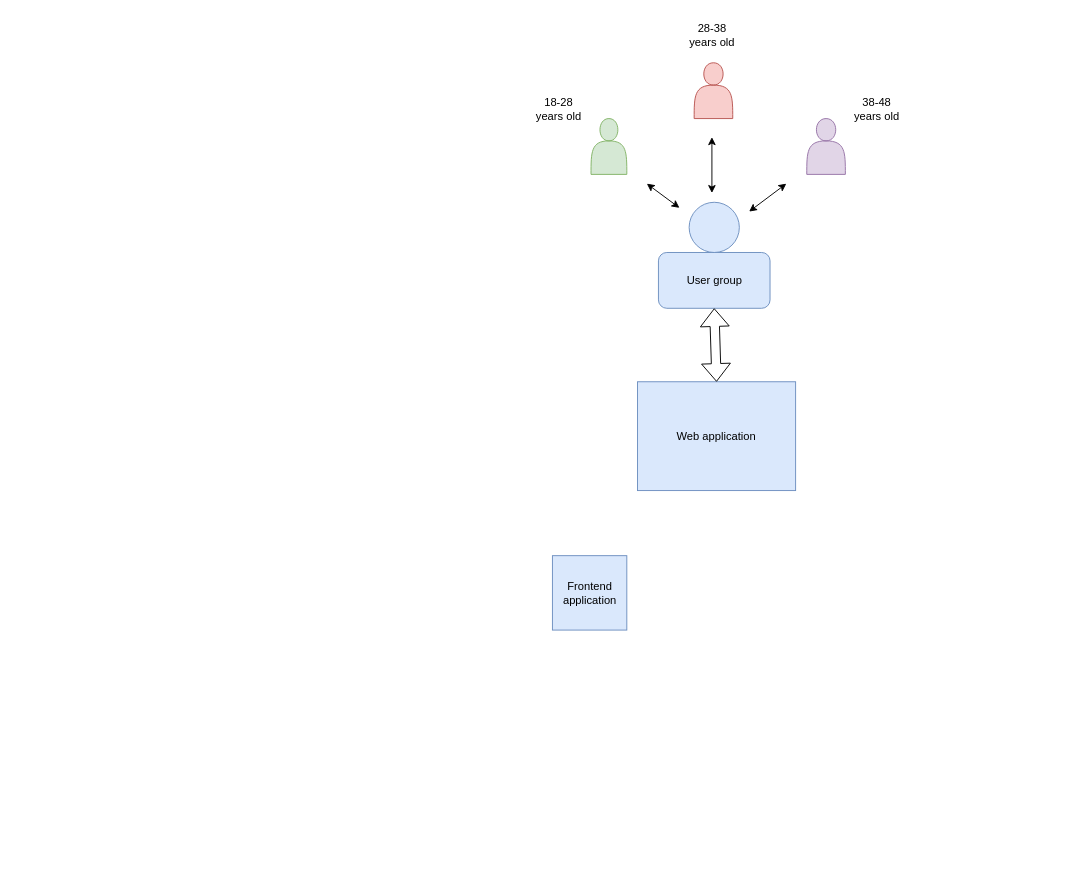
This is Workoutgenerator.drawio from Ersdalpy/Project---Web-app, a draw.io file, before an edit. Source tidied: cells renumbered, new cells numbered last; positions are measured from the earlier drawing's top-left corner, leaving out a move shared by most shapes. Both pictures are drawn from the tidied source at 93%, with x=0, y=0 at pixel (525, 16).
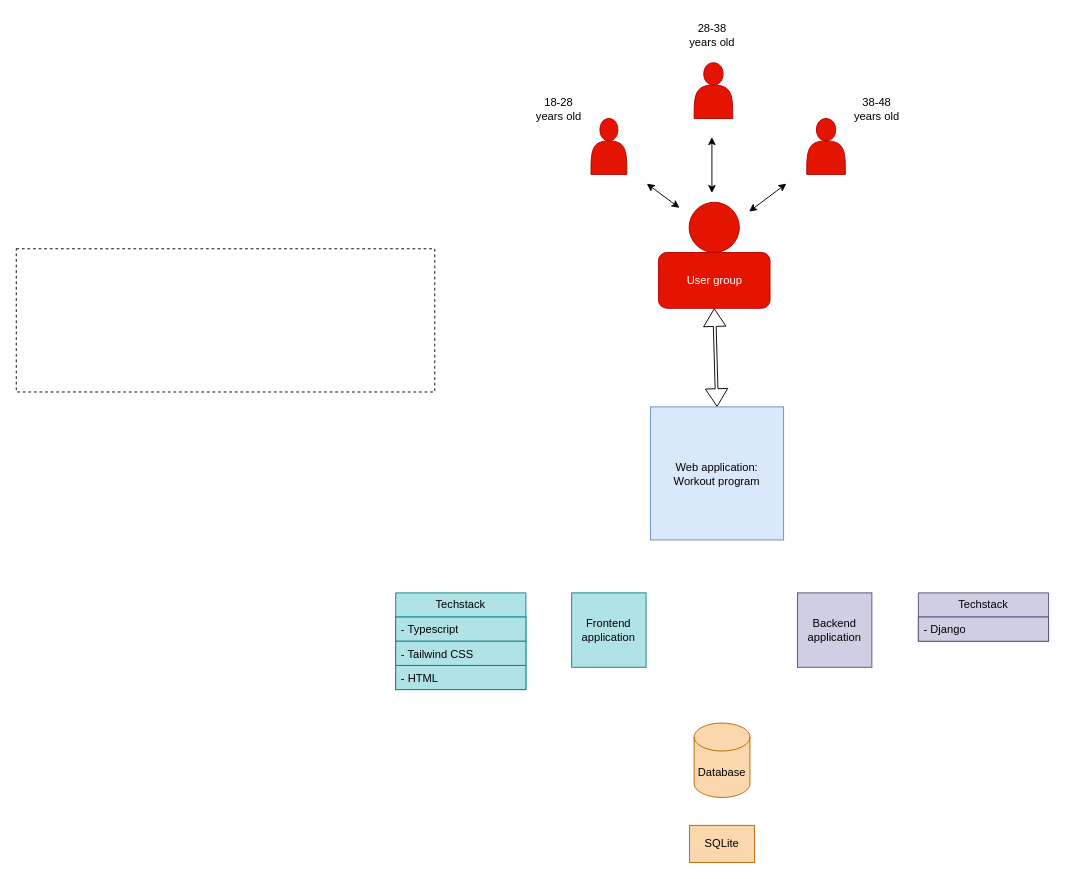
The same diagram, later.

What changed in the source:
```diff
@@
+    <mxCell id="16" style="verticalLabelPosition=bottom;verticalAlign=top;html=1;shape=mxgraph.basic.rect;fillColor2=none;strokeWidth=1;size=20;indent=5;dashed=1;fillColor=none;" parent="1" vertex="1">
+      <mxGeometry x="-548" y="250" width="450" height="154" as="geometry" />
+    </mxCell>
-    <mxCell id="2" value="User group" style="rounded=1;whiteSpace=wrap;html=1;fillColor=#dae8fc;strokeColor=#6c8ebf;" parent="1" vertex="1">
+    <mxCell id="2" value="User group" style="rounded=1;whiteSpace=wrap;html=1;fillColor=#e51400;strokeColor=#B20000;fontColor=#ffffff;" parent="1" vertex="1">
       <mxGeometry x="142.5" y="254" width="120" height="60" as="geometry" />
     </mxCell>
-    <mxCell id="3" style="ellipse;whiteSpace=wrap;html=1;fillColor=#dae8fc;strokeColor=#6c8ebf;" parent="1" vertex="1">
+    <mxCell id="3" style="ellipse;whiteSpace=wrap;html=1;fillColor=#e51400;strokeColor=#B20000;fontColor=#ffffff;" parent="1" vertex="1">
       <mxGeometry x="175.5" y="200" width="54" height="54" as="geometry" />
     </mxCell>
-    <mxCell id="4" value="Web application" style="rounded=0;whiteSpace=wrap;html=1;labelBackgroundColor=none;fillColor=#dae8fc;strokeColor=#6c8ebf;" parent="1" vertex="1">
-      <mxGeometry x="120" y="393" width="170" height="117" as="geometry" />
-    </mxCell>
-    <mxCell id="5" style="shape=actor;whiteSpace=wrap;html=1;fillColor=#d5e8d4;strokeColor=#82b366;" parent="1" vertex="1">
+    <mxCell id="5" style="shape=actor;whiteSpace=wrap;html=1;fillColor=#e51400;strokeColor=#B20000;fontColor=#ffffff;" parent="1" vertex="1">
       <mxGeometry x="70" y="110" width="38.5" height="60" as="geometry" />
     </mxCell>
-    <mxCell id="6" style="shape=actor;whiteSpace=wrap;html=1;fillColor=#f8cecc;strokeColor=#b85450;" parent="1" vertex="1">
+    <mxCell id="6" style="shape=actor;whiteSpace=wrap;html=1;fillColor=#e51400;strokeColor=#B20000;fontColor=#ffffff;" parent="1" vertex="1">
       <mxGeometry x="180.9" y="50" width="41.5" height="60" as="geometry" />
     </mxCell>
-    <mxCell id="7" style="shape=actor;whiteSpace=wrap;html=1;fillColor=#e1d5e7;strokeColor=#9673a6;" parent="1" vertex="1">
+    <mxCell id="7" style="shape=actor;whiteSpace=wrap;html=1;fillColor=#e51400;strokeColor=#B20000;fontColor=#ffffff;" parent="1" vertex="1">
       <mxGeometry x="302" y="110" width="41.5" height="60" as="geometry" />
     </mxCell>
-    <mxCell id="8" style="shape=flexArrow;endArrow=classic;startArrow=classic;html=1;rounded=0;entryX=0.5;entryY=1;entryDx=0;entryDy=0;exitX=0.5;exitY=0;exitDx=0;exitDy=0;" parent="1" edge="1" source="4" target="2">
+    <mxCell id="8" style="shape=flexArrow;endArrow=classic;startArrow=classic;html=1;rounded=0;entryX=0.5;entryY=1;entryDx=0;entryDy=0;exitX=0.5;exitY=0;exitDx=0;exitDy=0;width=3;fillColor=none;" parent="1" edge="1" source="26" target="2">
       <mxGeometry relative="1" as="geometry" />
     </mxCell>
@@
-    <mxCell id="15" value="Frontend application" style="whiteSpace=wrap;html=1;fillColor=#dae8fc;strokeColor=#6c8ebf;" parent="1" vertex="1">
-      <mxGeometry x="28.5" y="580" width="80" height="80" as="geometry" />
+    <mxCell id="15" value="Frontend application" style="whiteSpace=wrap;html=1;fillColor=#b0e3e6;strokeColor=#0e8088;" parent="1" vertex="1">
+      <mxGeometry x="49.2" y="620" width="80" height="80" as="geometry" />
     </mxCell>
+    <mxCell id="17" value="Backend application" style="whiteSpace=wrap;html=1;fillColor=#d0cee2;strokeColor=#56517e;" parent="1" vertex="1">
+      <mxGeometry x="292" y="620" width="80" height="80" as="geometry" />
+    </mxCell>
+    <mxCell id="18" value="Database" style="shape=cylinder3;whiteSpace=wrap;html=1;boundedLbl=1;backgroundOutline=1;size=15;fillColor=#fad7ac;strokeColor=#b46504;" parent="1" vertex="1">
+      <mxGeometry x="180.9" y="760" width="60" height="80" as="geometry" />
+    </mxCell>
+    <mxCell id="19" value="Techstack" style="swimlane;fontStyle=0;horizontal=1;startSize=26;fillColor=#b0e3e6;whiteSpace=wrap;html=1;strokeColor=#0e8088;" parent="1" vertex="1">
+      <mxGeometry x="-140" y="620" width="140" height="104" as="geometry" />
+    </mxCell>
+    <mxCell id="20" value="- Typescript" style="text;strokeColor=#0e8088;fillColor=#b0e3e6;align=left;verticalAlign=top;spacingLeft=4;spacingRight=4;overflow=hidden;whiteSpace=wrap;html=1;" parent="19" vertex="1">
+      <mxGeometry y="26" width="140" height="26" as="geometry" />
+    </mxCell>
+    <mxCell id="21" value="- Tailwind CSS" style="text;strokeColor=#0e8088;fillColor=#b0e3e6;align=left;verticalAlign=top;spacingLeft=4;spacingRight=4;overflow=hidden;whiteSpace=wrap;html=1;" parent="19" vertex="1">
+      <mxGeometry y="52" width="140" height="26" as="geometry" />
+    </mxCell>
+    <mxCell id="22" value="- HTML" style="text;strokeColor=#0e8088;fillColor=#b0e3e6;align=left;verticalAlign=top;spacingLeft=4;spacingRight=4;overflow=hidden;whiteSpace=wrap;html=1;" parent="19" vertex="1">
+      <mxGeometry y="78" width="140" height="26" as="geometry" />
+    </mxCell>
+    <mxCell id="23" value="Techstack" style="swimlane;fontStyle=0;horizontal=1;startSize=26;fillColor=#d0cee2;whiteSpace=wrap;html=1;strokeColor=#56517e;" parent="1" vertex="1">
+      <mxGeometry x="422" y="620" width="140" height="52" as="geometry" />
+    </mxCell>
+    <mxCell id="24" value="- Django" style="text;strokeColor=#56517e;fillColor=#d0cee2;align=left;verticalAlign=top;spacingLeft=4;spacingRight=4;overflow=hidden;whiteSpace=wrap;html=1;" parent="23" vertex="1">
+      <mxGeometry y="26" width="140" height="26" as="geometry" />
+    </mxCell>
+    <mxCell id="25" value="SQLite" style="rounded=0;whiteSpace=wrap;html=1;fillColor=#fad7ac;strokeColor=#b46504;" parent="1" vertex="1">
+      <mxGeometry x="175.9" y="870" width="70" height="40" as="geometry" />
+    </mxCell>
+    <mxCell id="26" value="Web application:&lt;br&gt;Workout program" style="whiteSpace=wrap;html=1;fillColor=#dae8fc;strokeColor=#6c8ebf;" parent="1" vertex="1">
+      <mxGeometry x="134" y="420" width="143.1" height="143.1" as="geometry" />
+    </mxCell>
```
